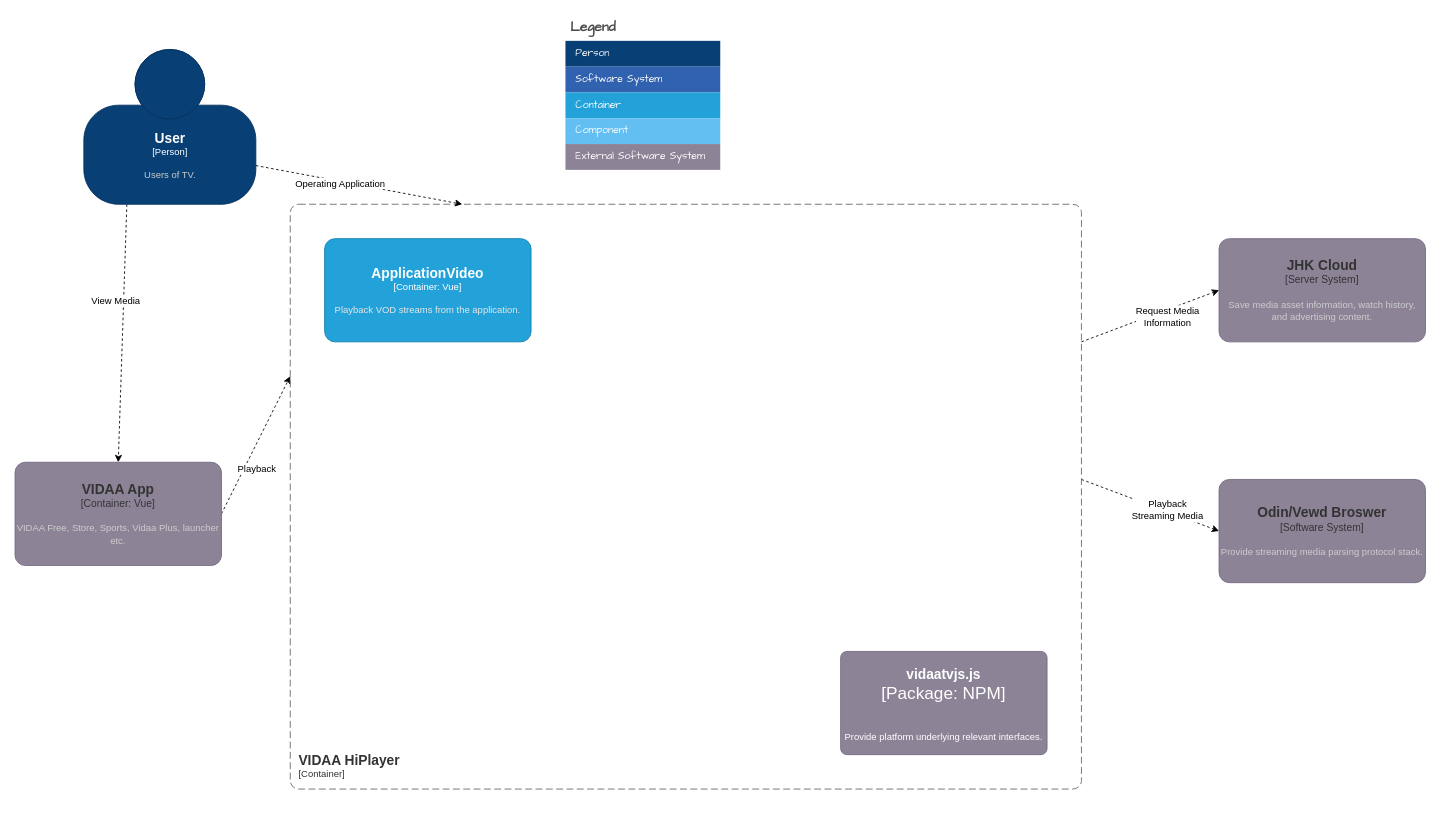
Above: page "Container Diagram 容器图" (5 of 7) of VIDAA HiPlayer.drawio in LeeDebug/drawio (draw.io), before the change. Source tidied: cells renumbered, new cells numbered last; positions are measured from the earlier drawing's top-left corner, leaving out a move shared by most shapes. Both pictures are drawn from the tidied source at 86%, with x=0, y=0 at pixel (15, 15).
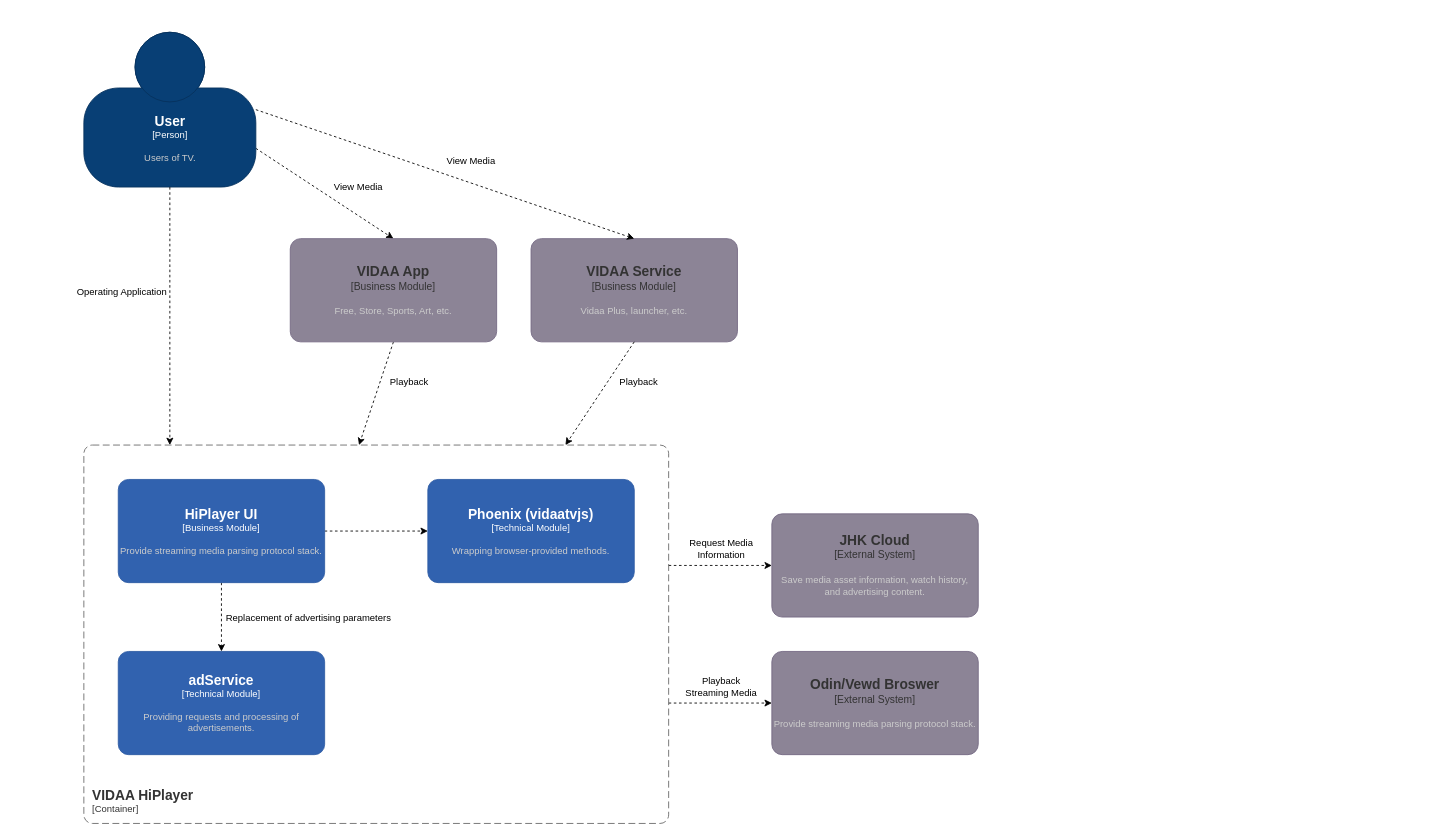
After the change.

What changed in the source:
```diff
@@
-    <mxCell id="2" style="rounded=0;jettySize=auto;html=1;exitX=0.25;exitY=1;exitDx=0;exitDy=0;exitPerimeter=0;entryX=0.5;entryY=0;entryDx=0;entryDy=0;entryPerimeter=0;dashed=1;" parent="1" edge="1" source="4" target="7">
+    <mxCell id="2" style="rounded=0;jettySize=auto;html=1;exitX=1;exitY=0.75;exitDx=0;exitDy=0;exitPerimeter=0;entryX=0.5;entryY=0;entryDx=0;entryDy=0;entryPerimeter=0;dashed=1;" parent="1" edge="1" source="4" target="34">
       <mxGeometry relative="1" as="geometry" />
     </mxCell>
     <mxCell id="3" value="View Media" style="edgeLabel;html=1;align=center;verticalAlign=middle;" parent="2" vertex="1">
       <mxGeometry x="-0.26" y="1" relative="1" as="geometry">
-        <mxPoint x="-11" y="2" as="offset" />
+        <mxPoint x="59" y="6" as="offset" />
       </mxGeometry>
     </mxCell>
     <object id="4" label="&lt;font style=&quot;font-size: 16px&quot;&gt;&lt;b&gt;%c4Name%&lt;/b&gt;&lt;/font&gt;&lt;div&gt;[%c4Type%]&lt;/div&gt;&lt;br&gt;&lt;div&gt;&lt;font style=&quot;font-size: 11px&quot;&gt;&lt;font color=&quot;#cccccc&quot;&gt;%c4Description%&lt;/font&gt;&lt;/div&gt;" c4Description="Users of TV." c4Name="User" c4Type="Person" placeholders="1">
       <mxCell style="html=1;fontSize=11;dashed=0;whitespace=wrap;fillColor=#083F75;strokeColor=#06315C;fontColor=#ffffff;shape=mxgraph.c4.person2;align=center;points=[[0.5,0,0],[1,0.5,0],[1,0.75,0],[0.75,1,0],[0.5,1,0],[0.25,1,0],[0,0.75,0],[0,0.5,0]];" parent="1" vertex="1">
-        <mxGeometry x="80" y="40" width="200" height="180" as="geometry" />
+        <mxGeometry x="80" y="20" width="200" height="180" as="geometry" />
       </mxCell>
     </object>
-    <mxCell id="5" style="edgeStyle=none;rounded=0;jettySize=auto;html=1;exitX=1;exitY=0.5;exitDx=0;exitDy=0;exitPerimeter=0;dashed=1;" parent="1" edge="1" source="7">
+    <mxCell id="5" style="edgeStyle=none;rounded=0;jettySize=auto;html=1;exitX=0.5;exitY=1;exitDx=0;exitDy=0;exitPerimeter=0;dashed=1;" parent="1" edge="1" source="34">
       <mxGeometry relative="1" as="geometry">
-        <mxPoint x="320" y="420" as="targetPoint" />
+        <mxPoint x="400" y="500" as="targetPoint" />
       </mxGeometry>
     </mxCell>
     <mxCell id="6" value="Playback" style="edgeLabel;html=1;align=center;verticalAlign=middle;" parent="5" vertex="1">
       <mxGeometry x="-0.35" y="-1" relative="1" as="geometry">
-        <mxPoint x="14" y="-1" as="offset" />
+        <mxPoint x="31" y="8" as="offset" />
       </mxGeometry>
     </mxCell>
-    <object id="7" label="&lt;font style=&quot;font-size: 16px&quot;&gt;&lt;b&gt;%c4Name%&lt;/b&gt;&lt;/font&gt;&lt;div&gt;[%c4Type%]&lt;/div&gt;&lt;br&gt;&lt;div&gt;&lt;font style=&quot;font-size: 11px&quot;&gt;&lt;font color=&quot;#cccccc&quot;&gt;%c4Description%&lt;/font&gt;&lt;/div&gt;" c4Description="VIDAA Free, Store, Sports, Vidaa Plus, launcher etc." c4Name="VIDAA App" c4Type="Container: Vue" placeholders="1">
-      <mxCell style="rounded=1;whiteSpace=wrap;html=1;labelBackgroundColor=none;fillColor=#8C8496;fontColor=#333333;align=center;arcSize=10;strokeColor=#736782;points=[[0.25,0,0],[0.5,0,0],[0.75,0,0],[1,0.25,0],[1,0.5,0],[1,0.75,0],[0.75,1,0],[0.5,1,0],[0.25,1,0],[0,0.75,0],[0,0.5,0],[0,0.25,0]];" parent="1" vertex="1">
-        <mxGeometry y="520" width="240" height="120" as="geometry" />
-      </mxCell>
-    </object>
-    <object id="8" label="&lt;font style=&quot;font-size: 16px&quot;&gt;&lt;b&gt;%c4Name%&lt;/b&gt;&lt;/font&gt;&lt;div&gt;[%c4Type%]&lt;/div&gt;&lt;br&gt;&lt;div&gt;&lt;font style=&quot;font-size: 11px&quot;&gt;&lt;font color=&quot;#cccccc&quot;&gt;%c4Description%&lt;/font&gt;&lt;/div&gt;" c4Description="Save media asset information, watch history, and advertising content." c4Name="JHK Cloud" c4Type="Server System" placeholders="1">
+    <object id="8" label="&lt;font style=&quot;font-size: 16px&quot;&gt;&lt;b&gt;%c4Name%&lt;/b&gt;&lt;/font&gt;&lt;div&gt;[%c4Type%]&lt;/div&gt;&lt;br&gt;&lt;div&gt;&lt;font style=&quot;font-size: 11px&quot;&gt;&lt;font color=&quot;#cccccc&quot;&gt;%c4Description%&lt;/font&gt;&lt;/div&gt;" c4Description="Save media asset information, watch history, and advertising content." c4Name="JHK Cloud" c4Type="External System" placeholders="1">
       <mxCell style="rounded=1;whiteSpace=wrap;html=1;labelBackgroundColor=none;fillColor=#8C8496;align=center;arcSize=10;strokeColor=#736782;points=[[0.25,0,0],[0.5,0,0],[0.75,0,0],[1,0.25,0],[1,0.5,0],[1,0.75,0],[0.75,1,0],[0.5,1,0],[0.25,1,0],[0,0.75,0],[0,0.5,0],[0,0.25,0]];fontColor=#333333;" parent="1" vertex="1">
-        <mxGeometry x="1400" y="260" width="240" height="120" as="geometry" />
+        <mxGeometry x="880" y="580" width="240" height="120" as="geometry" />
       </mxCell>
     </object>
     <mxCell id="9" style="edgeStyle=none;rounded=0;jettySize=auto;html=1;entryX=0;entryY=0.5;entryDx=0;entryDy=0;entryPerimeter=0;dashed=1;" parent="1" edge="1" target="8">
       <mxGeometry relative="1" as="geometry">
-        <mxPoint x="1240" y="380" as="sourcePoint" />
+        <mxPoint x="760" y="640" as="sourcePoint" />
       </mxGeometry>
     </mxCell>
     <mxCell id="10" value="Request Media&lt;br&gt;Information" style="edgeLabel;html=1;align=center;verticalAlign=middle;" parent="9" vertex="1">
       <mxGeometry x="0.34" y="-2" relative="1" as="geometry">
-        <mxPoint x="-8" y="9" as="offset" />
+        <mxPoint x="-20" y="-22" as="offset" />
       </mxGeometry>
     </mxCell>
     <mxCell id="11" style="edgeStyle=none;rounded=0;jettySize=auto;html=1;entryX=0;entryY=0.5;entryDx=0;entryDy=0;entryPerimeter=0;dashed=1;" parent="1" edge="1" target="13">
       <mxGeometry relative="1" as="geometry">
-        <mxPoint x="1240" y="540" as="sourcePoint" />
+        <mxPoint x="760" y="800" as="sourcePoint" />
       </mxGeometry>
     </mxCell>
     <mxCell id="12" value="Playback&lt;br&gt;Streaming Media" style="edgeLabel;html=1;align=center;verticalAlign=middle;" parent="11" vertex="1">
       <mxGeometry x="0.23" y="2" relative="1" as="geometry">
-        <mxPoint y="1" as="offset" />
+        <mxPoint x="-14" y="-18" as="offset" />
       </mxGeometry>
     </mxCell>
-    <object id="13" label="&lt;font style=&quot;font-size: 16px&quot;&gt;&lt;b&gt;%c4Name%&lt;/b&gt;&lt;/font&gt;&lt;div&gt;[%c4Type%]&lt;/div&gt;&lt;br&gt;&lt;div&gt;&lt;font style=&quot;font-size: 11px&quot;&gt;&lt;font color=&quot;#cccccc&quot;&gt;%c4Description%&lt;/font&gt;&lt;/div&gt;" c4Description="Provide streaming media parsing protocol stack." c4Name="Odin/Vewd Broswer" c4Type="Software System" placeholders="1">
+    <object id="13" label="&lt;font style=&quot;font-size: 16px&quot;&gt;&lt;b&gt;%c4Name%&lt;/b&gt;&lt;/font&gt;&lt;div&gt;[%c4Type%]&lt;/div&gt;&lt;br&gt;&lt;div&gt;&lt;font style=&quot;font-size: 11px&quot;&gt;&lt;font color=&quot;#cccccc&quot;&gt;%c4Description%&lt;/font&gt;&lt;/div&gt;" c4Description="Provide streaming media parsing protocol stack." c4Name="Odin/Vewd Broswer" c4Type="External System" placeholders="1">
       <mxCell style="rounded=1;whiteSpace=wrap;html=1;labelBackgroundColor=none;fillColor=#8C8496;fontColor=#333333;align=center;arcSize=10;strokeColor=#736782;points=[[0.25,0,0],[0.5,0,0],[0.75,0,0],[1,0.25,0],[1,0.5,0],[1,0.75,0],[0.75,1,0],[0.5,1,0],[0.25,1,0],[0,0.75,0],[0,0.5,0],[0,0.25,0]];" parent="1" vertex="1">
-        <mxGeometry x="1400" y="540" width="240" height="120" as="geometry" />
+        <mxGeometry x="880" y="740" width="240" height="120" as="geometry" />
       </mxCell>
     </object>
     <object id="14" label="&lt;font style=&quot;font-size: 16px&quot;&gt;&lt;b&gt;&lt;div style=&quot;text-align: left&quot;&gt;%c4Name%&lt;/div&gt;&lt;/b&gt;&lt;/font&gt;&lt;div style=&quot;text-align: left&quot;&gt;[%c4Application%]&lt;/div&gt;" c4Application="Container" c4Name="VIDAA HiPlayer" placeholders="1">
       <mxCell style="rounded=1;fontSize=11;whiteSpace=wrap;html=1;dashed=1;arcSize=20;fillColor=none;strokeColor=#666666;fontColor=#333333;labelBackgroundColor=none;align=left;verticalAlign=bottom;labelBorderColor=none;spacingTop=0;spacing=10;dashPattern=8 4;perimeter=rectanglePerimeter;noLabel=0;labelPadding=0;absoluteArcSize=1;" parent="1" vertex="1">
-        <mxGeometry x="320" y="220" width="920" height="680" as="geometry" />
+        <mxGeometry x="80" y="500" width="680" height="440" as="geometry" />
       </mxCell>
     </object>
-    <object id="15" label="&lt;font style=&quot;font-size: 16px&quot;&gt;&lt;b&gt;%c4Name%&lt;/b&gt;&lt;/font&gt;&lt;div&gt;[%c4Type%: %c4Technology%]&lt;/div&gt;&lt;br&gt;&lt;div&gt;&lt;font style=&quot;font-size: 11px&quot;&gt;&lt;font color=&quot;#E6E6E6&quot;&gt;%c4Description%&lt;/font&gt;&lt;/font&gt;&lt;/div&gt;" c4Description="Playback VOD streams from the application." c4Name="ApplicationVideo" c4Technology="Vue" c4Type="Container" placeholders="1">
-      <mxCell style="rounded=1;whiteSpace=wrap;html=1;fontSize=11;labelBackgroundColor=none;fillColor=#23A2D9;fontColor=#ffffff;align=center;arcSize=10;strokeColor=#0E7DAD;hachureGap=4;fontFamily=Helvetica;" parent="1" vertex="1">
-        <mxGeometry x="360" y="260" width="240" height="120" as="geometry" />
-      </mxCell>
-    </object>
-    <mxCell id="16" value="Legend" style="shape=table;startSize=30;childLayout=tableLayout;fontSize=16;align=left;verticalAlign=top;fillColor=none;strokeColor=none;fontColor=#4D4D4D;fontStyle=1;spacingLeft=6;spacing=0;rounded=1;labelBackgroundColor=none;hachureGap=4;fontFamily=Architects Daughter;html=1;" parent="1" vertex="1">
-      <mxGeometry x="640" width="180" height="180" as="geometry" />
-    </mxCell>
-    <mxCell id="17" style="shape=tableRow;horizontal=0;startSize=0;swimlaneHead=0;swimlaneBody=0;strokeColor=inherit;top=0;left=0;bottom=0;right=0;fillColor=none;fontSize=12;rounded=1;labelBackgroundColor=none;hachureGap=4;fontFamily=Architects Daughter;fontColor=#ffffff;html=1;" parent="16" vertex="1">
-      <mxGeometry y="30" width="180" height="30" as="geometry" />
-    </mxCell>
-    <mxCell id="18" value="Person" style="shape=partialRectangle;html=1;whiteSpace=wrap;strokeColor=inherit;overflow=hidden;fillColor=#083F75;top=0;left=0;bottom=0;right=0;fontSize=12;align=left;fontColor=#FFFFFF;gradientColor=none;spacingLeft=10;spacingRight=4;rounded=1;labelBackgroundColor=none;hachureGap=4;fontFamily=Architects Daughter;" parent="17" vertex="1">
-      <mxGeometry width="180" height="30" as="geometry" />
-    </mxCell>
-    <mxCell id="19" style="shape=tableRow;horizontal=0;startSize=0;swimlaneHead=0;swimlaneBody=0;strokeColor=inherit;top=0;left=0;bottom=0;right=0;fillColor=none;fontSize=12;rounded=1;labelBackgroundColor=none;hachureGap=4;fontFamily=Architects Daughter;fontColor=#ffffff;html=1;" parent="16" vertex="1">
-      <mxGeometry y="60" width="180" height="30" as="geometry" />
-    </mxCell>
-    <mxCell id="20" value="Software System" style="shape=partialRectangle;html=1;whiteSpace=wrap;strokeColor=inherit;overflow=hidden;fillColor=#3162AF;top=0;left=0;bottom=0;right=0;fontSize=12;align=left;fontColor=#FFFFFF;gradientColor=none;spacingLeft=10;spacingRight=4;rounded=1;labelBackgroundColor=none;hachureGap=4;fontFamily=Architects Daughter;" parent="19" vertex="1">
-      <mxGeometry width="180" height="30" as="geometry" />
-    </mxCell>
-    <mxCell id="21" style="shape=tableRow;horizontal=0;startSize=0;swimlaneHead=0;swimlaneBody=0;strokeColor=inherit;top=0;left=0;bottom=0;right=0;fillColor=none;fontSize=12;rounded=1;labelBackgroundColor=none;hachureGap=4;fontFamily=Architects Daughter;fontColor=#ffffff;html=1;" parent="16" vertex="1">
-      <mxGeometry y="90" width="180" height="30" as="geometry" />
-    </mxCell>
-    <mxCell id="22" value="Container" style="shape=partialRectangle;html=1;whiteSpace=wrap;strokeColor=inherit;overflow=hidden;fillColor=#23A2D9;top=0;left=0;bottom=0;right=0;fontSize=12;align=left;fontColor=#FFFFFF;gradientColor=none;spacingLeft=10;spacingRight=4;rounded=1;labelBackgroundColor=none;hachureGap=4;fontFamily=Architects Daughter;" parent="21" vertex="1">
-      <mxGeometry width="180" height="30" as="geometry" />
-    </mxCell>
-    <mxCell id="23" style="shape=tableRow;horizontal=0;startSize=0;swimlaneHead=0;swimlaneBody=0;strokeColor=inherit;top=0;left=0;bottom=0;right=0;fillColor=none;fontSize=12;rounded=1;labelBackgroundColor=none;hachureGap=4;fontFamily=Architects Daughter;fontColor=#ffffff;html=1;" parent="16" vertex="1">
-      <mxGeometry y="120" width="180" height="30" as="geometry" />
-    </mxCell>
-    <mxCell id="24" value="Component" style="shape=partialRectangle;html=1;whiteSpace=wrap;strokeColor=inherit;overflow=hidden;fillColor=#63BEF2;top=0;left=0;bottom=0;right=0;fontSize=12;align=left;fontColor=#FFFFFF;gradientColor=none;spacingLeft=10;spacingRight=4;rounded=1;labelBackgroundColor=none;hachureGap=4;fontFamily=Architects Daughter;" parent="23" vertex="1">
-      <mxGeometry width="180" height="30" as="geometry" />
-    </mxCell>
-    <mxCell id="25" style="shape=tableRow;horizontal=0;startSize=0;swimlaneHead=0;swimlaneBody=0;strokeColor=inherit;top=0;left=0;bottom=0;right=0;fillColor=none;fontSize=12;rounded=1;labelBackgroundColor=none;hachureGap=4;fontFamily=Architects Daughter;fontColor=#ffffff;html=1;" parent="16" vertex="1">
-      <mxGeometry y="150" width="180" height="30" as="geometry" />
-    </mxCell>
-    <mxCell id="26" value="External Software System" style="shape=partialRectangle;html=1;whiteSpace=wrap;strokeColor=inherit;overflow=hidden;fillColor=#8C8496;top=0;left=0;bottom=0;right=0;fontSize=12;align=left;fontColor=#FFFFFF;gradientColor=none;spacingLeft=10;spacingRight=4;rounded=1;labelBackgroundColor=none;hachureGap=4;fontFamily=Architects Daughter;" parent="25" vertex="1">
-      <mxGeometry width="180" height="30" as="geometry" />
-    </mxCell>
-    <object id="27" label="&lt;font style=&quot;font-size: 16px&quot;&gt;&lt;b&gt;%c4Name%&lt;/b&gt;&lt;/font&gt;&lt;div&gt;[%c4Type%: %c4Technology%]&lt;/div&gt;&lt;br&gt;&lt;div&gt;&lt;font style=&quot;font-size: 11px&quot;&gt;%c4Description%&lt;/font&gt;&lt;/div&gt;" c4Description="Provide platform underlying relevant interfaces." c4Name="vidaatvjs.js" c4Technology="NPM" c4Type="Package" placeholders="1">
-      <mxCell style="rounded=1;whiteSpace=wrap;html=1;labelBackgroundColor=none;fillColor=#8C8496;fontColor=#ffffff;align=center;arcSize=6;strokeColor=#736782;hachureGap=4;fontFamily=Helvetica;fontSize=20;" parent="1" vertex="1">
-        <mxGeometry x="960" y="740" width="240" height="120" as="geometry" />
-      </mxCell>
-    </object>
-    <mxCell id="28" style="edgeStyle=none;rounded=0;jettySize=auto;html=1;dashed=1;exitX=1;exitY=0.75;exitDx=0;exitDy=0;exitPerimeter=0;" parent="1" edge="1" source="4">
+    <mxCell id="28" style="edgeStyle=none;rounded=0;jettySize=auto;html=1;dashed=1;exitX=0.5;exitY=1;exitDx=0;exitDy=0;exitPerimeter=0;" parent="1" edge="1" source="4">
       <mxGeometry relative="1" as="geometry">
-        <mxPoint x="520" y="220" as="targetPoint" />
+        <mxPoint x="180" y="500" as="targetPoint" />
       </mxGeometry>
     </mxCell>
     <mxCell id="29" value="Operating Application" style="edgeLabel;html=1;align=center;verticalAlign=middle;" parent="28" vertex="1">
       <mxGeometry x="-0.29" y="2" relative="1" as="geometry">
-        <mxPoint x="12" y="6" as="offset" />
+        <mxPoint x="-59" y="14" as="offset" />
       </mxGeometry>
     </mxCell>
+    <mxCell id="30" style="edgeStyle=none;shape=connector;rounded=0;jettySize=auto;html=1;exitX=0.5;exitY=1;exitDx=0;exitDy=0;exitPerimeter=0;entryX=0.5;entryY=0;entryDx=0;entryDy=0;entryPerimeter=0;dashed=1;labelBackgroundColor=default;strokeColor=default;fontFamily=Helvetica;fontSize=11;fontColor=default;endArrow=classic;" parent="1" edge="1" source="33" target="35">
+      <mxGeometry relative="1" as="geometry" />
+    </mxCell>
+    <mxCell id="31" value="Replacement of advertising parameters" style="edgeLabel;html=1;align=center;verticalAlign=middle;fontSize=11;fontFamily=Helvetica;fontColor=default;" parent="30" vertex="1">
+      <mxGeometry x="0.17" y="2" relative="1" as="geometry">
+        <mxPoint x="98" y="-7" as="offset" />
+      </mxGeometry>
+    </mxCell>
+    <mxCell id="32" style="edgeStyle=none;shape=connector;rounded=0;jettySize=auto;html=1;exitX=1;exitY=0.5;exitDx=0;exitDy=0;exitPerimeter=0;entryX=0;entryY=0.5;entryDx=0;entryDy=0;entryPerimeter=0;dashed=1;labelBackgroundColor=default;strokeColor=default;fontFamily=Helvetica;fontSize=11;fontColor=default;endArrow=classic;" parent="1" edge="1" source="33" target="36">
+      <mxGeometry relative="1" as="geometry" />
+    </mxCell>
+    <object id="33" label="&lt;font style=&quot;font-size: 16px&quot;&gt;&lt;b&gt;%c4Name%&lt;/b&gt;&lt;/font&gt;&lt;div&gt;[%c4Type%]&lt;/div&gt;&lt;br&gt;&lt;div&gt;&lt;font style=&quot;font-size: 11px&quot;&gt;&lt;font color=&quot;#cccccc&quot;&gt;%c4Description%&lt;/font&gt;&lt;/div&gt;" c4Description="Provide streaming media parsing protocol stack." c4Name="HiPlayer UI" c4Type="Business Module" placeholders="1">
+      <mxCell style="rounded=1;whiteSpace=wrap;html=1;labelBackgroundColor=none;fillColor=#3162AF;fontColor=#ffffff;align=center;arcSize=10;strokeColor=#2E5BA3;points=[[0.25,0,0],[0.5,0,0],[0.75,0,0],[1,0.25,0],[1,0.5,0],[1,0.75,0],[0.75,1,0],[0.5,1,0],[0.25,1,0],[0,0.75,0],[0,0.5,0],[0,0.25,0]];fontSize=11;hachureGap=4;" parent="1" vertex="1">
+        <mxGeometry x="120" y="540" width="240" height="120" as="geometry" />
+      </mxCell>
+    </object>
+    <object id="34" label="&lt;font style=&quot;font-size: 16px&quot;&gt;&lt;b&gt;%c4Name%&lt;/b&gt;&lt;/font&gt;&lt;div&gt;[%c4Type%]&lt;/div&gt;&lt;br&gt;&lt;div&gt;&lt;font style=&quot;font-size: 11px&quot;&gt;&lt;font color=&quot;#cccccc&quot;&gt;%c4Description%&lt;/font&gt;&lt;/div&gt;" c4Description="Free, Store, Sports, Art, etc." c4Name="VIDAA App" c4Type="Business Module" placeholders="1">
+      <mxCell style="rounded=1;whiteSpace=wrap;html=1;labelBackgroundColor=none;fillColor=#8C8496;fontColor=#333333;align=center;arcSize=10;strokeColor=#736782;points=[[0.25,0,0],[0.5,0,0],[0.75,0,0],[1,0.25,0],[1,0.5,0],[1,0.75,0],[0.75,1,0],[0.5,1,0],[0.25,1,0],[0,0.75,0],[0,0.5,0],[0,0.25,0]];fontSize=12;hachureGap=4;" parent="1" vertex="1">
+        <mxGeometry x="320" y="260" width="240" height="120" as="geometry" />
+      </mxCell>
+    </object>
+    <object id="35" label="&lt;font style=&quot;font-size: 16px&quot;&gt;&lt;b&gt;%c4Name%&lt;/b&gt;&lt;/font&gt;&lt;div&gt;[%c4Type%]&lt;/div&gt;&lt;br&gt;&lt;div&gt;&lt;font style=&quot;font-size: 11px&quot;&gt;&lt;font color=&quot;#cccccc&quot;&gt;%c4Description%&lt;/font&gt;&lt;/div&gt;" c4Description="Providing requests and processing of advertisements." c4Name="adService" c4Type="Technical Module" placeholders="1">
+      <mxCell style="rounded=1;whiteSpace=wrap;html=1;labelBackgroundColor=none;fillColor=#3162AF;fontColor=#ffffff;align=center;arcSize=10;strokeColor=#2E5BA3;points=[[0.25,0,0],[0.5,0,0],[0.75,0,0],[1,0.25,0],[1,0.5,0],[1,0.75,0],[0.75,1,0],[0.5,1,0],[0.25,1,0],[0,0.75,0],[0,0.5,0],[0,0.25,0]];fontSize=11;hachureGap=4;" parent="1" vertex="1">
+        <mxGeometry x="120" y="740" width="240" height="120" as="geometry" />
+      </mxCell>
+    </object>
+    <object id="36" label="&lt;font style=&quot;font-size: 16px&quot;&gt;&lt;b&gt;%c4Name%&lt;/b&gt;&lt;/font&gt;&lt;div&gt;[%c4Type%]&lt;/div&gt;&lt;br&gt;&lt;div&gt;&lt;font style=&quot;font-size: 11px&quot;&gt;&lt;font color=&quot;#cccccc&quot;&gt;%c4Description%&lt;/font&gt;&lt;/div&gt;" c4Description="Wrapping browser-provided methods." c4Name="Phoenix (vidaatvjs)" c4Type="Technical Module" placeholders="1">
+      <mxCell style="rounded=1;whiteSpace=wrap;html=1;labelBackgroundColor=none;fillColor=#3162AF;fontColor=#ffffff;align=center;arcSize=10;strokeColor=#2E5BA3;points=[[0.25,0,0],[0.5,0,0],[0.75,0,0],[1,0.25,0],[1,0.5,0],[1,0.75,0],[0.75,1,0],[0.5,1,0],[0.25,1,0],[0,0.75,0],[0,0.5,0],[0,0.25,0]];fontSize=11;hachureGap=4;" parent="1" vertex="1">
+        <mxGeometry x="480" y="540" width="240" height="120" as="geometry" />
+      </mxCell>
+    </object>
+    <object id="37" label="&lt;font style=&quot;font-size: 16px&quot;&gt;&lt;b&gt;%c4Name%&lt;/b&gt;&lt;/font&gt;&lt;div&gt;[%c4Type%]&lt;/div&gt;&lt;br&gt;&lt;div&gt;&lt;font style=&quot;font-size: 11px&quot;&gt;&lt;font color=&quot;#cccccc&quot;&gt;%c4Description%&lt;/font&gt;&lt;/div&gt;" c4Description="Vidaa Plus, launcher, etc." c4Name="VIDAA Service" c4Type="Business Module" placeholders="1">
+      <mxCell style="rounded=1;whiteSpace=wrap;html=1;labelBackgroundColor=none;fillColor=#8C8496;fontColor=#333333;align=center;arcSize=10;strokeColor=#736782;points=[[0.25,0,0],[0.5,0,0],[0.75,0,0],[1,0.25,0],[1,0.5,0],[1,0.75,0],[0.75,1,0],[0.5,1,0],[0.25,1,0],[0,0.75,0],[0,0.5,0],[0,0.25,0]];fontSize=12;hachureGap=4;" parent="1" vertex="1">
+        <mxGeometry x="600" y="260" width="240" height="120" as="geometry" />
+      </mxCell>
+    </object>
+    <mxCell id="38" style="rounded=0;jettySize=auto;html=1;exitX=1;exitY=0.5;exitDx=0;exitDy=0;exitPerimeter=0;entryX=0.5;entryY=0;entryDx=0;entryDy=0;entryPerimeter=0;dashed=1;" parent="1" edge="1" source="4" target="37">
+      <mxGeometry relative="1" as="geometry" />
+    </mxCell>
+    <mxCell id="39" value="View Media" style="edgeLabel;html=1;align=center;verticalAlign=middle;" parent="38" vertex="1">
+      <mxGeometry x="-0.26" y="1" relative="1" as="geometry">
+        <mxPoint x="86" y="5" as="offset" />
+      </mxGeometry>
+    </mxCell>
+    <mxCell id="40" style="edgeStyle=none;rounded=0;jettySize=auto;html=1;exitX=0.5;exitY=1;exitDx=0;exitDy=0;exitPerimeter=0;dashed=1;" parent="1" edge="1" source="37">
+      <mxGeometry relative="1" as="geometry">
+        <mxPoint x="640" y="500" as="targetPoint" />
+      </mxGeometry>
+    </mxCell>
+    <mxCell id="41" value="Playback" style="edgeLabel;html=1;align=center;verticalAlign=middle;" parent="40" vertex="1">
+      <mxGeometry x="-0.35" y="-1" relative="1" as="geometry">
+        <mxPoint x="31" y="8" as="offset" />
+      </mxGeometry>
+    </mxCell>
```
